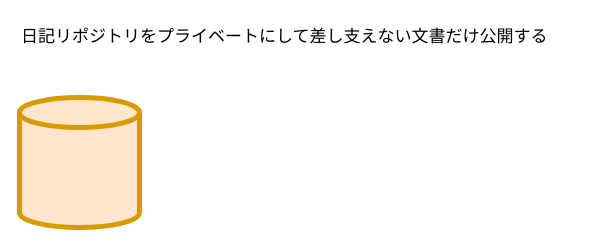
The draw.io diagram 名称未設定ファイル.drawio in linquanstudio/linquanstudio, before the edit. Source tidied: cells renumbered, new cells numbered last; positions are measured from the earlier drawing's top-left corner, leaving out a move shared by most shapes. Both pictures are drawn from the tidied source at 100%, with x=0, y=0 at pixel (19, 17).
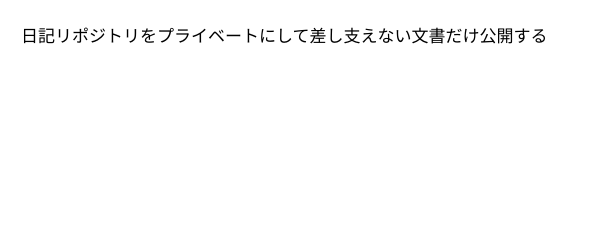
After the change.

Commit message:
Update 名称未設定ファイル.drawio

The edit, as a diff of the source:
```diff
@@
 <mxGraphModel>
   <root>
     <mxCell id="0" />
     <mxCell id="1" parent="0" />
     <mxCell id="2" value="&lt;font style=&quot;font-size: 17px&quot;&gt;日記リポジトリをプライベートにして差し支えない文書だけ公開する&lt;/font&gt;" style="rounded=0;whiteSpace=wrap;html=1;align=left;strokeColor=none;" parent="1" vertex="1">
       <mxGeometry width="560" height="40" as="geometry" />
     </mxCell>
-    <mxCell id="3" style="shape=cylinder3;whiteSpace=wrap;html=1;boundedLbl=1;backgroundOutline=1;size=15;fontSize=17;fillColor=#ffe6cc;strokeColor=#d79b00;strokeWidth=5;" parent="1" vertex="1">
-      <mxGeometry y="80" width="120" height="130" as="geometry" />
-    </mxCell>
   </root>
 </mxGraphModel>
```
